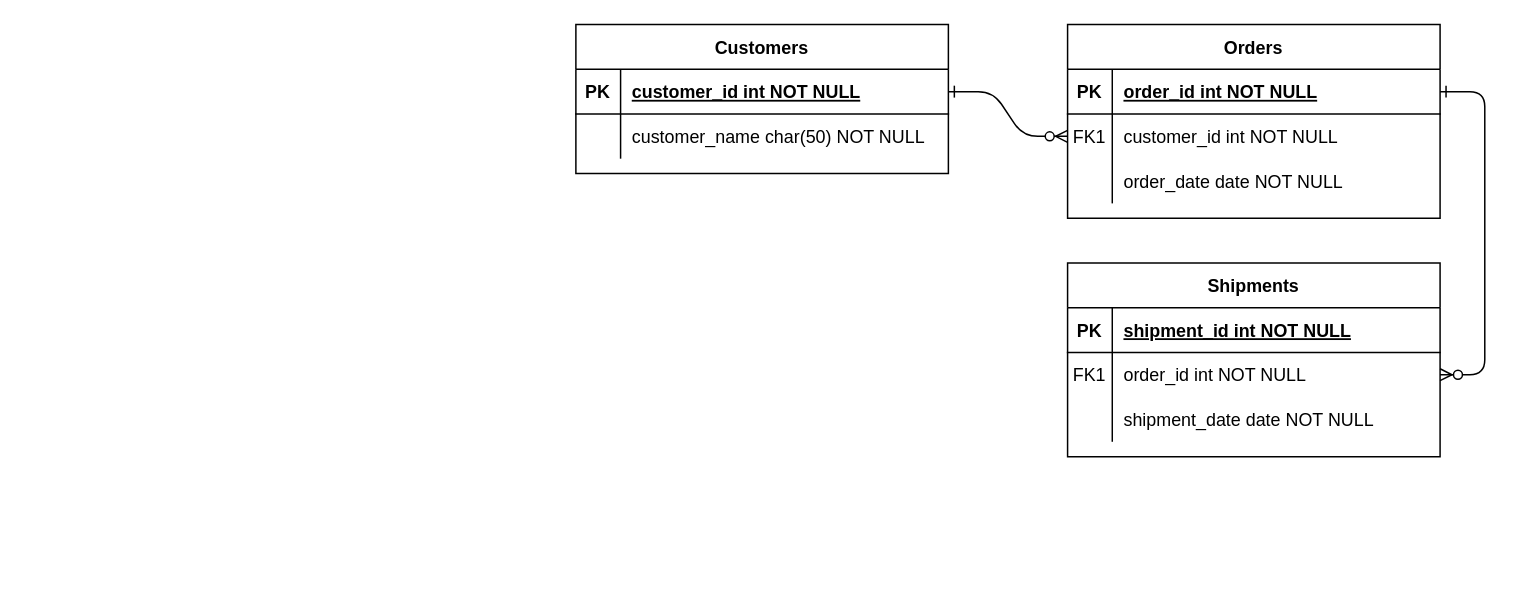
gonzalogaleano95/ObligatorioJaP2 keeps this draw.io diagram as Diagrama sin título.drawio. Above is the earlier version. Source tidied: cells renumbered, new cells numbered last; positions are measured from the earlier drawing's top-left corner, leaving out a move shared by most shapes. Both pictures are drawn from the tidied source at 149%, with x=0, y=0 at pixel (575, 24).
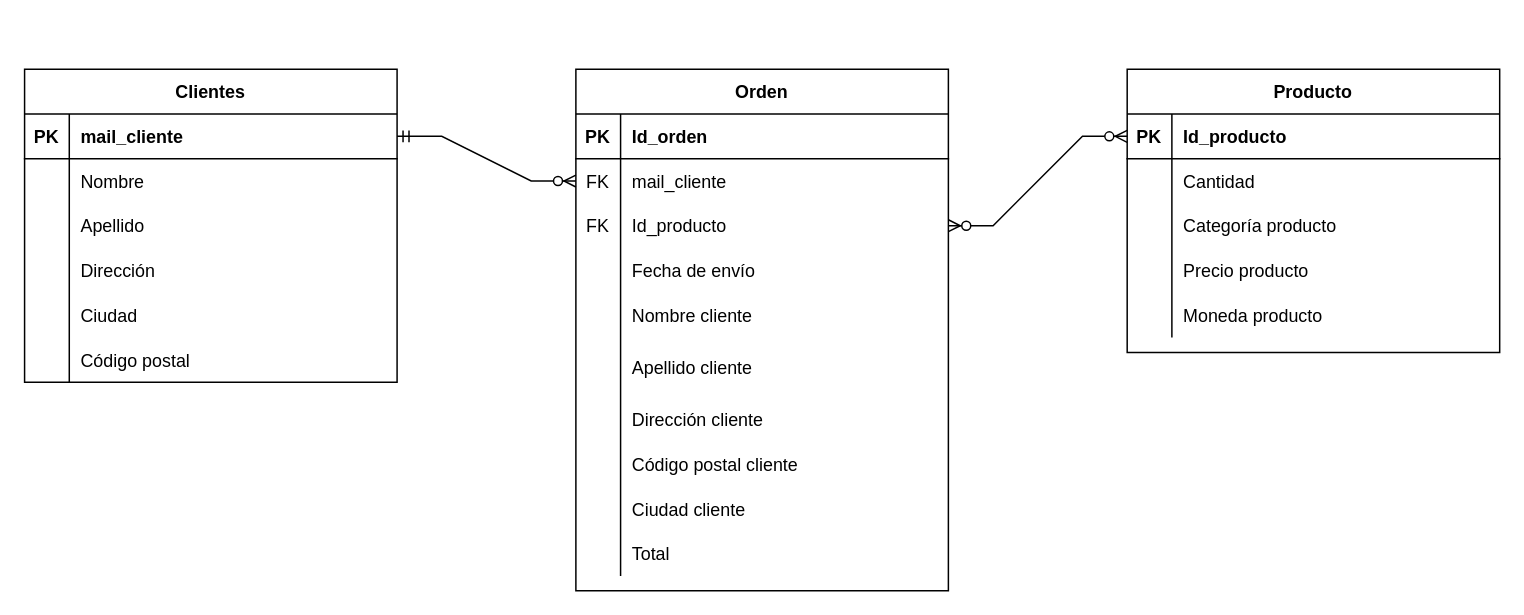
The same diagram, later.

Commit message:
Diagrama Entidad Relación.drawio

Unchanged cells that the change refers to:
```xml
<mxCell id="5" style="shape=partialRectangle;fillColor=none;points=[[0,0.5],[1,0.5]];portConstraint=eastwest;top=0;left=0;right=0;bottom=1;" parent="4" vertex="1">
  <mxGeometry y="30" width="250" height="30" as="geometry" />
</mxCell>
<mxCell id="8" style="shape=partialRectangle;fillColor=none;points=[[0,0.5],[1,0.5]];portConstraint=eastwest;top=0;left=0;right=0;bottom=0;" parent="4" vertex="1">
  <mxGeometry y="60" width="250" height="30" as="geometry" />
</mxCell>
<mxCell id="11" style="shape=partialRectangle;fillColor=none;top=0;left=0;right=0;bottom=0;" parent="4" vertex="1">
  <mxGeometry y="90" width="250" height="30" as="geometry" />
</mxCell>
<mxCell id="15" style="shape=partialRectangle;fillColor=none;top=0;left=0;right=0;bottom=1;" parent="14" vertex="1">
  <mxGeometry y="30" width="250" height="30" as="geometry" />
</mxCell>
<mxCell id="18" style="shape=partialRectangle;fillColor=none;points=[[0,0.5],[1,0.5]];portConstraint=eastwest;top=0;left=0;right=0;bottom=0;" parent="14" vertex="1">
  <mxGeometry y="60" width="250" height="30" as="geometry" />
</mxCell>
<mxCell id="21" style="shape=partialRectangle;fillColor=none;points=[[0,0.5],[1,0.5]];portConstraint=eastwest;top=0;left=0;right=0;bottom=0;" parent="14" vertex="1">
  <mxGeometry y="90" width="250" height="30" as="geometry" />
</mxCell>
<mxCell id="25" style="shape=partialRectangle;fillColor=none;points=[[0,0.5],[1,0.5]];portConstraint=eastwest;top=0;left=0;right=0;bottom=1;" parent="24" vertex="1">
  <mxGeometry y="30" width="250" height="30" as="geometry" />
</mxCell>
<mxCell id="28" style="shape=partialRectangle;fillColor=none;top=0;left=0;right=0;bottom=0;" parent="24" vertex="1">
  <mxGeometry y="60" width="250" height="30" as="geometry" />
</mxCell>
```

The edit, as a diff of the source:
```diff
@@
-    <mxCell id="2" style="edgeStyle=entityRelationEdgeStyle;endArrow=ERzeroToMany;startArrow=ERone;endFill=1;startFill=0;" parent="1" edge="1" source="25" target="8">
-      <mxGeometry relative="1" as="geometry" />
-    </mxCell>
-    <mxCell id="3" style="edgeStyle=entityRelationEdgeStyle;endArrow=ERzeroToMany;startArrow=ERone;endFill=1;startFill=0;" parent="1" edge="1" source="5" target="18">
-      <mxGeometry relative="1" as="geometry" />
-    </mxCell>
-    <mxCell id="4" value="Orders" style="shape=table;startSize=30;childLayout=tableLayout;rowLines=0;fontStyle=1;align=center;" parent="1" vertex="1">
-      <mxGeometry x="330" width="250" height="130" as="geometry" />
+    <mxCell id="4" value="Producto" style="shape=table;startSize=30;childLayout=tableLayout;rowLines=0;fontStyle=1;align=center;" parent="1" vertex="1">
+      <mxGeometry x="370" y="30" width="250" height="190" as="geometry" />
     </mxCell>
@@
-    <mxCell id="7" value="order_id int NOT NULL " style="shape=partialRectangle;overflow=hidden;fillColor=none;top=0;left=0;bottom=0;right=0;align=left;spacingLeft=6;fontStyle=5;" parent="5" vertex="1">
+    <mxCell id="7" value="Id_producto" style="shape=partialRectangle;overflow=hidden;fillColor=none;top=0;left=0;bottom=0;right=0;align=left;spacingLeft=6;fontStyle=1;" parent="5" vertex="1">
       <mxGeometry x="30" width="220" height="30" as="geometry" />
     </mxCell>
@@
-    <mxCell id="9" value="FK1" style="shape=partialRectangle;overflow=hidden;fillColor=none;top=0;left=0;bottom=0;right=0;" parent="8" vertex="1">
+    <mxCell id="9" style="shape=partialRectangle;overflow=hidden;fillColor=none;top=0;left=0;bottom=0;right=0;" parent="8" vertex="1">
       <mxGeometry width="30" height="30" as="geometry" />
     </mxCell>
-    <mxCell id="10" value="customer_id int NOT NULL" style="shape=partialRectangle;overflow=hidden;fillColor=none;top=0;left=0;bottom=0;right=0;align=left;spacingLeft=6;" parent="8" vertex="1">
+    <mxCell id="10" value="Cantidad" style="shape=partialRectangle;overflow=hidden;fillColor=none;top=0;left=0;bottom=0;right=0;align=left;spacingLeft=6;" parent="8" vertex="1">
       <mxGeometry x="30" width="220" height="30" as="geometry" />
     </mxCell>
@@
-    <mxCell id="13" value="order_date date NOT NULL" style="shape=partialRectangle;overflow=hidden;fillColor=none;top=0;left=0;bottom=0;right=0;align=left;spacingLeft=6;" parent="11" vertex="1">
+    <mxCell id="13" value="Categoría producto" style="shape=partialRectangle;overflow=hidden;fillColor=none;top=0;left=0;bottom=0;right=0;align=left;spacingLeft=6;" parent="11" vertex="1">
       <mxGeometry x="30" width="220" height="30" as="geometry" />
     </mxCell>
+    <mxCell id="31" style="shape=tableRow;horizontal=0;startSize=0;swimlaneHead=0;swimlaneBody=0;fillColor=none;top=0;left=0;right=0;bottom=0;" parent="4" vertex="1">
+      <mxGeometry y="120" width="250" height="30" as="geometry" />
+    </mxCell>
+    <mxCell id="32" style="shape=partialRectangle;fillColor=none;top=0;left=0;bottom=0;right=0;overflow=hidden;" parent="31" vertex="1">
+      <mxGeometry width="30" height="30" as="geometry" />
+    </mxCell>
+    <mxCell id="33" value="Precio producto" style="shape=partialRectangle;fillColor=none;top=0;left=0;bottom=0;right=0;align=left;spacingLeft=6;overflow=hidden;" parent="31" vertex="1">
+      <mxGeometry x="30" width="220" height="30" as="geometry" />
+    </mxCell>
+    <mxCell id="34" style="shape=tableRow;horizontal=0;startSize=0;swimlaneHead=0;swimlaneBody=0;fillColor=none;top=0;left=0;right=0;bottom=0;" parent="4" vertex="1">
+      <mxGeometry y="150" width="250" height="30" as="geometry" />
+    </mxCell>
+    <mxCell id="35" style="shape=partialRectangle;fillColor=none;top=0;left=0;bottom=0;right=0;overflow=hidden;" parent="34" vertex="1">
+      <mxGeometry width="30" height="30" as="geometry" />
+    </mxCell>
+    <mxCell id="36" value="Moneda producto" style="shape=partialRectangle;fillColor=none;top=0;left=0;bottom=0;right=0;align=left;spacingLeft=6;overflow=hidden;" parent="34" vertex="1">
+      <mxGeometry x="30" width="220" height="30" as="geometry" />
+    </mxCell>
-    <mxCell id="14" value="Shipments" style="shape=table;startSize=30;childLayout=tableLayout;rowLines=0;fontStyle=1;align=center;" parent="1" vertex="1">
-      <mxGeometry x="330" y="160" width="250" height="130" as="geometry" />
+    <mxCell id="14" value="Orden" style="shape=table;startSize=30;childLayout=tableLayout;rowLines=0;fontStyle=1;align=center;" parent="1" vertex="1">
+      <mxGeometry y="30" width="250" height="350" as="geometry" />
     </mxCell>
@@
-    <mxCell id="17" value="shipment_id int NOT NULL " style="shape=partialRectangle;overflow=hidden;fillColor=none;top=0;left=0;bottom=0;right=0;align=left;spacingLeft=6;fontStyle=5;" parent="15" vertex="1">
+    <mxCell id="17" value="Id_orden" style="shape=partialRectangle;overflow=hidden;fillColor=none;top=0;left=0;bottom=0;right=0;align=left;spacingLeft=6;fontStyle=1;" parent="15" vertex="1">
       <mxGeometry x="30" width="220" height="30" as="geometry" />
     </mxCell>
@@
-    <mxCell id="19" value="FK1" style="shape=partialRectangle;overflow=hidden;fillColor=none;top=0;left=0;bottom=0;right=0;" parent="18" vertex="1">
+    <mxCell id="19" value="FK" style="shape=partialRectangle;overflow=hidden;fillColor=none;top=0;left=0;bottom=0;right=0;" parent="18" vertex="1">
       <mxGeometry width="30" height="30" as="geometry" />
     </mxCell>
-    <mxCell id="20" value="order_id int NOT NULL" style="shape=partialRectangle;overflow=hidden;fillColor=none;top=0;left=0;bottom=0;right=0;align=left;spacingLeft=6;" parent="18" vertex="1">
+    <mxCell id="20" value="mail_cliente" style="shape=partialRectangle;overflow=hidden;fillColor=none;top=0;left=0;bottom=0;right=0;align=left;spacingLeft=6;" parent="18" vertex="1">
       <mxGeometry x="30" width="220" height="30" as="geometry" />
     </mxCell>
@@
-    <mxCell id="22" style="shape=partialRectangle;overflow=hidden;fillColor=none;top=0;left=0;bottom=0;right=0;" parent="21" vertex="1">
+    <mxCell id="22" value="FK" style="shape=partialRectangle;overflow=hidden;fillColor=none;top=0;left=0;bottom=0;right=0;" parent="21" vertex="1">
       <mxGeometry width="30" height="30" as="geometry" />
     </mxCell>
-    <mxCell id="23" value="shipment_date date NOT NULL" style="shape=partialRectangle;overflow=hidden;fillColor=none;top=0;left=0;bottom=0;right=0;align=left;spacingLeft=6;" parent="21" vertex="1">
+    <mxCell id="23" value="Id_producto" style="shape=partialRectangle;overflow=hidden;fillColor=none;top=0;left=0;bottom=0;right=0;align=left;spacingLeft=6;" parent="21" vertex="1">
       <mxGeometry x="30" width="220" height="30" as="geometry" />
     </mxCell>
+    <mxCell id="37" style="shape=tableRow;horizontal=0;startSize=0;swimlaneHead=0;swimlaneBody=0;fillColor=none;top=0;left=0;right=0;bottom=0;" parent="14" vertex="1">
+      <mxGeometry y="120" width="250" height="30" as="geometry" />
+    </mxCell>
+    <mxCell id="38" style="shape=partialRectangle;fillColor=none;top=0;left=0;bottom=0;right=0;overflow=hidden;" parent="37" vertex="1">
+      <mxGeometry width="30" height="30" as="geometry" />
+    </mxCell>
+    <mxCell id="39" value="Fecha de envío" style="shape=partialRectangle;fillColor=none;top=0;left=0;bottom=0;right=0;align=left;spacingLeft=6;overflow=hidden;" parent="37" vertex="1">
+      <mxGeometry x="30" width="220" height="30" as="geometry" />
+    </mxCell>
+    <mxCell id="40" style="shape=tableRow;horizontal=0;startSize=0;swimlaneHead=0;swimlaneBody=0;fillColor=none;top=0;left=0;right=0;bottom=0;" parent="14" vertex="1">
+      <mxGeometry y="150" width="250" height="30" as="geometry" />
+    </mxCell>
+    <mxCell id="41" style="shape=partialRectangle;fillColor=none;top=0;left=0;bottom=0;right=0;overflow=hidden;" parent="40" vertex="1">
+      <mxGeometry width="30" height="30" as="geometry" />
+    </mxCell>
+    <mxCell id="42" value="Nombre cliente" style="shape=partialRectangle;fillColor=none;top=0;left=0;bottom=0;right=0;align=left;spacingLeft=6;overflow=hidden;" parent="40" vertex="1">
+      <mxGeometry x="30" width="220" height="30" as="geometry" />
+    </mxCell>
+    <mxCell id="43" style="shape=tableRow;horizontal=0;startSize=0;swimlaneHead=0;swimlaneBody=0;fillColor=none;top=0;left=0;right=0;bottom=0;" parent="14" vertex="1">
+      <mxGeometry y="180" width="250" height="40" as="geometry" />
+    </mxCell>
+    <mxCell id="44" style="shape=partialRectangle;fillColor=none;top=0;left=0;bottom=0;right=0;overflow=hidden;" parent="43" vertex="1">
+      <mxGeometry width="30" height="40" as="geometry" />
+    </mxCell>
+    <mxCell id="45" value="Apellido cliente" style="shape=partialRectangle;fillColor=none;top=0;left=0;bottom=0;right=0;align=left;spacingLeft=6;overflow=hidden;" parent="43" vertex="1">
+      <mxGeometry x="30" width="220" height="40" as="geometry" />
+    </mxCell>
+    <mxCell id="46" style="shape=tableRow;horizontal=0;startSize=0;swimlaneHead=0;swimlaneBody=0;fillColor=none;top=0;left=0;right=0;bottom=0;" parent="14" vertex="1">
+      <mxGeometry y="220" width="250" height="30" as="geometry" />
+    </mxCell>
+    <mxCell id="47" style="shape=partialRectangle;fillColor=none;top=0;left=0;bottom=0;right=0;overflow=hidden;" parent="46" vertex="1">
+      <mxGeometry width="30" height="30" as="geometry" />
+    </mxCell>
+    <mxCell id="48" value="Dirección cliente" style="shape=partialRectangle;fillColor=none;top=0;left=0;bottom=0;right=0;align=left;spacingLeft=6;overflow=hidden;" parent="46" vertex="1">
+      <mxGeometry x="30" width="220" height="30" as="geometry" />
+    </mxCell>
+    <mxCell id="49" style="shape=tableRow;horizontal=0;startSize=0;swimlaneHead=0;swimlaneBody=0;fillColor=none;top=0;left=0;right=0;bottom=0;" parent="14" vertex="1">
+      <mxGeometry y="250" width="250" height="30" as="geometry" />
+    </mxCell>
+    <mxCell id="50" style="shape=partialRectangle;fillColor=none;top=0;left=0;bottom=0;right=0;overflow=hidden;" parent="49" vertex="1">
+      <mxGeometry width="30" height="30" as="geometry" />
+    </mxCell>
+    <mxCell id="51" value="Código postal cliente" style="shape=partialRectangle;fillColor=none;top=0;left=0;bottom=0;right=0;align=left;spacingLeft=6;overflow=hidden;" parent="49" vertex="1">
+      <mxGeometry x="30" width="220" height="30" as="geometry" />
+    </mxCell>
+    <mxCell id="52" style="shape=tableRow;horizontal=0;startSize=0;swimlaneHead=0;swimlaneBody=0;fillColor=none;top=0;left=0;right=0;bottom=0;" parent="14" vertex="1">
+      <mxGeometry y="280" width="250" height="30" as="geometry" />
+    </mxCell>
+    <mxCell id="53" style="shape=partialRectangle;fillColor=none;top=0;left=0;bottom=0;right=0;overflow=hidden;" parent="52" vertex="1">
+      <mxGeometry width="30" height="30" as="geometry" />
+    </mxCell>
+    <mxCell id="54" value="Ciudad cliente" style="shape=partialRectangle;fillColor=none;top=0;left=0;bottom=0;right=0;align=left;spacingLeft=6;overflow=hidden;" parent="52" vertex="1">
+      <mxGeometry x="30" width="220" height="30" as="geometry" />
+    </mxCell>
+    <mxCell id="55" style="shape=tableRow;horizontal=0;startSize=0;swimlaneHead=0;swimlaneBody=0;fillColor=none;top=0;left=0;right=0;bottom=0;" parent="14" vertex="1">
+      <mxGeometry y="310" width="250" height="30" as="geometry" />
+    </mxCell>
+    <mxCell id="56" style="shape=partialRectangle;fillColor=none;top=0;left=0;bottom=0;right=0;overflow=hidden;" parent="55" vertex="1">
+      <mxGeometry width="30" height="30" as="geometry" />
+    </mxCell>
+    <mxCell id="57" value="Total" style="shape=partialRectangle;fillColor=none;top=0;left=0;bottom=0;right=0;align=left;spacingLeft=6;overflow=hidden;" parent="55" vertex="1">
+      <mxGeometry x="30" width="220" height="30" as="geometry" />
+    </mxCell>
-    <mxCell id="24" value="Customers" style="shape=table;startSize=30;childLayout=tableLayout;rowLines=0;fontStyle=1;align=center;" parent="1" vertex="1">
-      <mxGeometry width="250" height="100" as="geometry" />
+    <mxCell id="24" value="Clientes" style="shape=table;startSize=30;childLayout=tableLayout;rowLines=0;fontStyle=1;align=center;" parent="1" vertex="1">
+      <mxGeometry x="-370" y="30" width="250" height="210" as="geometry" />
     </mxCell>
@@
-    <mxCell id="27" value="customer_id int NOT NULL " style="shape=partialRectangle;overflow=hidden;fillColor=none;top=0;left=0;bottom=0;right=0;align=left;spacingLeft=6;fontStyle=5;" parent="25" vertex="1">
+    <mxCell id="27" value="mail_cliente" style="shape=partialRectangle;overflow=hidden;fillColor=none;top=0;left=0;bottom=0;right=0;align=left;spacingLeft=6;fontStyle=1;" parent="25" vertex="1">
       <mxGeometry x="30" width="220" height="30" as="geometry" />
     </mxCell>
@@
-    <mxCell id="30" value="customer_name char(50) NOT NULL" style="shape=partialRectangle;overflow=hidden;fillColor=none;top=0;left=0;bottom=0;right=0;align=left;spacingLeft=6;" parent="28" vertex="1">
+    <mxCell id="30" value="Nombre" style="shape=partialRectangle;overflow=hidden;fillColor=none;top=0;left=0;bottom=0;right=0;align=left;spacingLeft=6;" parent="28" vertex="1">
       <mxGeometry x="30" width="220" height="30" as="geometry" />
     </mxCell>
+    <mxCell id="58" style="shape=tableRow;horizontal=0;startSize=0;swimlaneHead=0;swimlaneBody=0;fillColor=none;top=0;left=0;right=0;bottom=0;" parent="24" vertex="1">
+      <mxGeometry y="90" width="250" height="30" as="geometry" />
+    </mxCell>
+    <mxCell id="59" style="shape=partialRectangle;fillColor=none;top=0;left=0;bottom=0;right=0;overflow=hidden;" parent="58" vertex="1">
+      <mxGeometry width="30" height="30" as="geometry" />
+    </mxCell>
+    <mxCell id="60" value="Apellido" style="shape=partialRectangle;fillColor=none;top=0;left=0;bottom=0;right=0;align=left;spacingLeft=6;overflow=hidden;" parent="58" vertex="1">
+      <mxGeometry x="30" width="220" height="30" as="geometry" />
+    </mxCell>
+    <mxCell id="61" style="shape=tableRow;horizontal=0;startSize=0;swimlaneHead=0;swimlaneBody=0;fillColor=none;top=0;left=0;right=0;bottom=0;" parent="24" vertex="1">
+      <mxGeometry y="120" width="250" height="30" as="geometry" />
+    </mxCell>
+    <mxCell id="62" style="shape=partialRectangle;fillColor=none;top=0;left=0;bottom=0;right=0;overflow=hidden;" parent="61" vertex="1">
+      <mxGeometry width="30" height="30" as="geometry" />
+    </mxCell>
+    <mxCell id="63" value="Dirección" style="shape=partialRectangle;fillColor=none;top=0;left=0;bottom=0;right=0;align=left;spacingLeft=6;overflow=hidden;" parent="61" vertex="1">
+      <mxGeometry x="30" width="220" height="30" as="geometry" />
+    </mxCell>
+    <mxCell id="64" style="shape=tableRow;horizontal=0;startSize=0;swimlaneHead=0;swimlaneBody=0;fillColor=none;top=0;left=0;right=0;bottom=0;" parent="24" vertex="1">
+      <mxGeometry y="150" width="250" height="30" as="geometry" />
+    </mxCell>
+    <mxCell id="65" style="shape=partialRectangle;fillColor=none;top=0;left=0;bottom=0;right=0;overflow=hidden;" parent="64" vertex="1">
+      <mxGeometry width="30" height="30" as="geometry" />
+    </mxCell>
+    <mxCell id="66" value="Ciudad" style="shape=partialRectangle;fillColor=none;top=0;left=0;bottom=0;right=0;align=left;spacingLeft=6;overflow=hidden;" parent="64" vertex="1">
+      <mxGeometry x="30" width="220" height="30" as="geometry" />
+    </mxCell>
+    <mxCell id="67" style="shape=tableRow;horizontal=0;startSize=0;swimlaneHead=0;swimlaneBody=0;fillColor=none;top=0;left=0;right=0;bottom=0;" parent="24" vertex="1">
+      <mxGeometry y="180" width="250" height="30" as="geometry" />
+    </mxCell>
+    <mxCell id="68" style="shape=partialRectangle;fillColor=none;top=0;left=0;bottom=0;right=0;overflow=hidden;" parent="67" vertex="1">
+      <mxGeometry width="30" height="30" as="geometry" />
+    </mxCell>
+    <mxCell id="69" value="Código postal" style="shape=partialRectangle;fillColor=none;top=0;left=0;bottom=0;right=0;align=left;spacingLeft=6;overflow=hidden;" parent="67" vertex="1">
+      <mxGeometry x="30" width="220" height="30" as="geometry" />
+    </mxCell>
+    <mxCell id="70" style="edgeStyle=entityRelationEdgeStyle;fontSize=12;html=1;endArrow=ERzeroToMany;startArrow=ERmandOne;rounded=0;exitX=1;exitY=0.5;exitDx=0;exitDy=0;entryX=0;entryY=0.5;entryDx=0;entryDy=0;" parent="1" edge="1" source="25" target="18">
+      <mxGeometry relative="1" as="geometry" />
+    </mxCell>
+    <mxCell id="71" style="edgeStyle=entityRelationEdgeStyle;fontSize=12;html=1;endArrow=ERzeroToMany;endFill=1;startArrow=ERzeroToMany;rounded=0;exitX=1;exitY=0.5;exitDx=0;exitDy=0;entryX=0;entryY=0.5;entryDx=0;entryDy=0;" parent="1" edge="1" source="21" target="5">
+      <mxGeometry relative="1" as="geometry" />
+    </mxCell>
```
